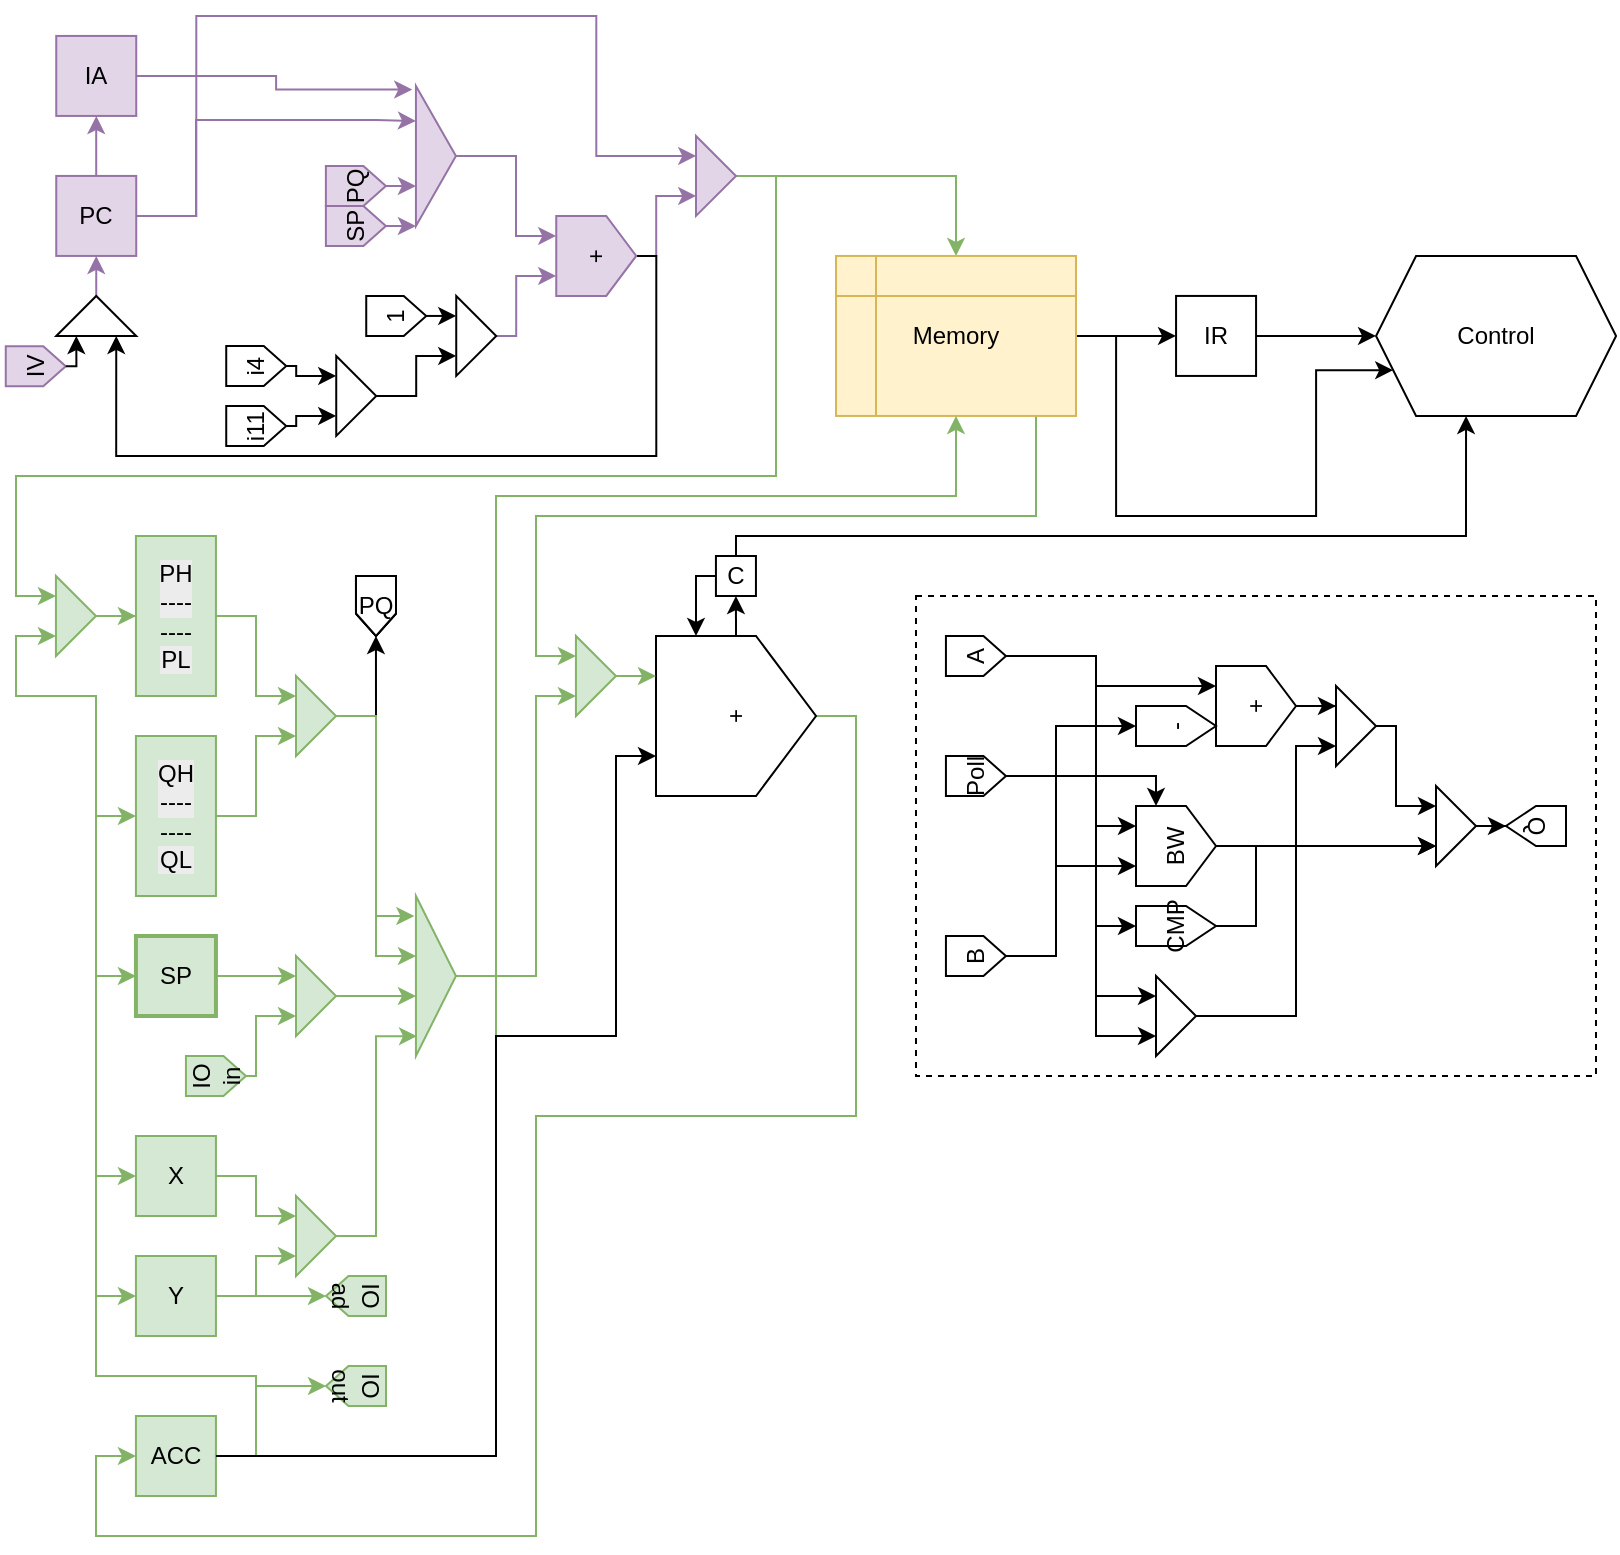
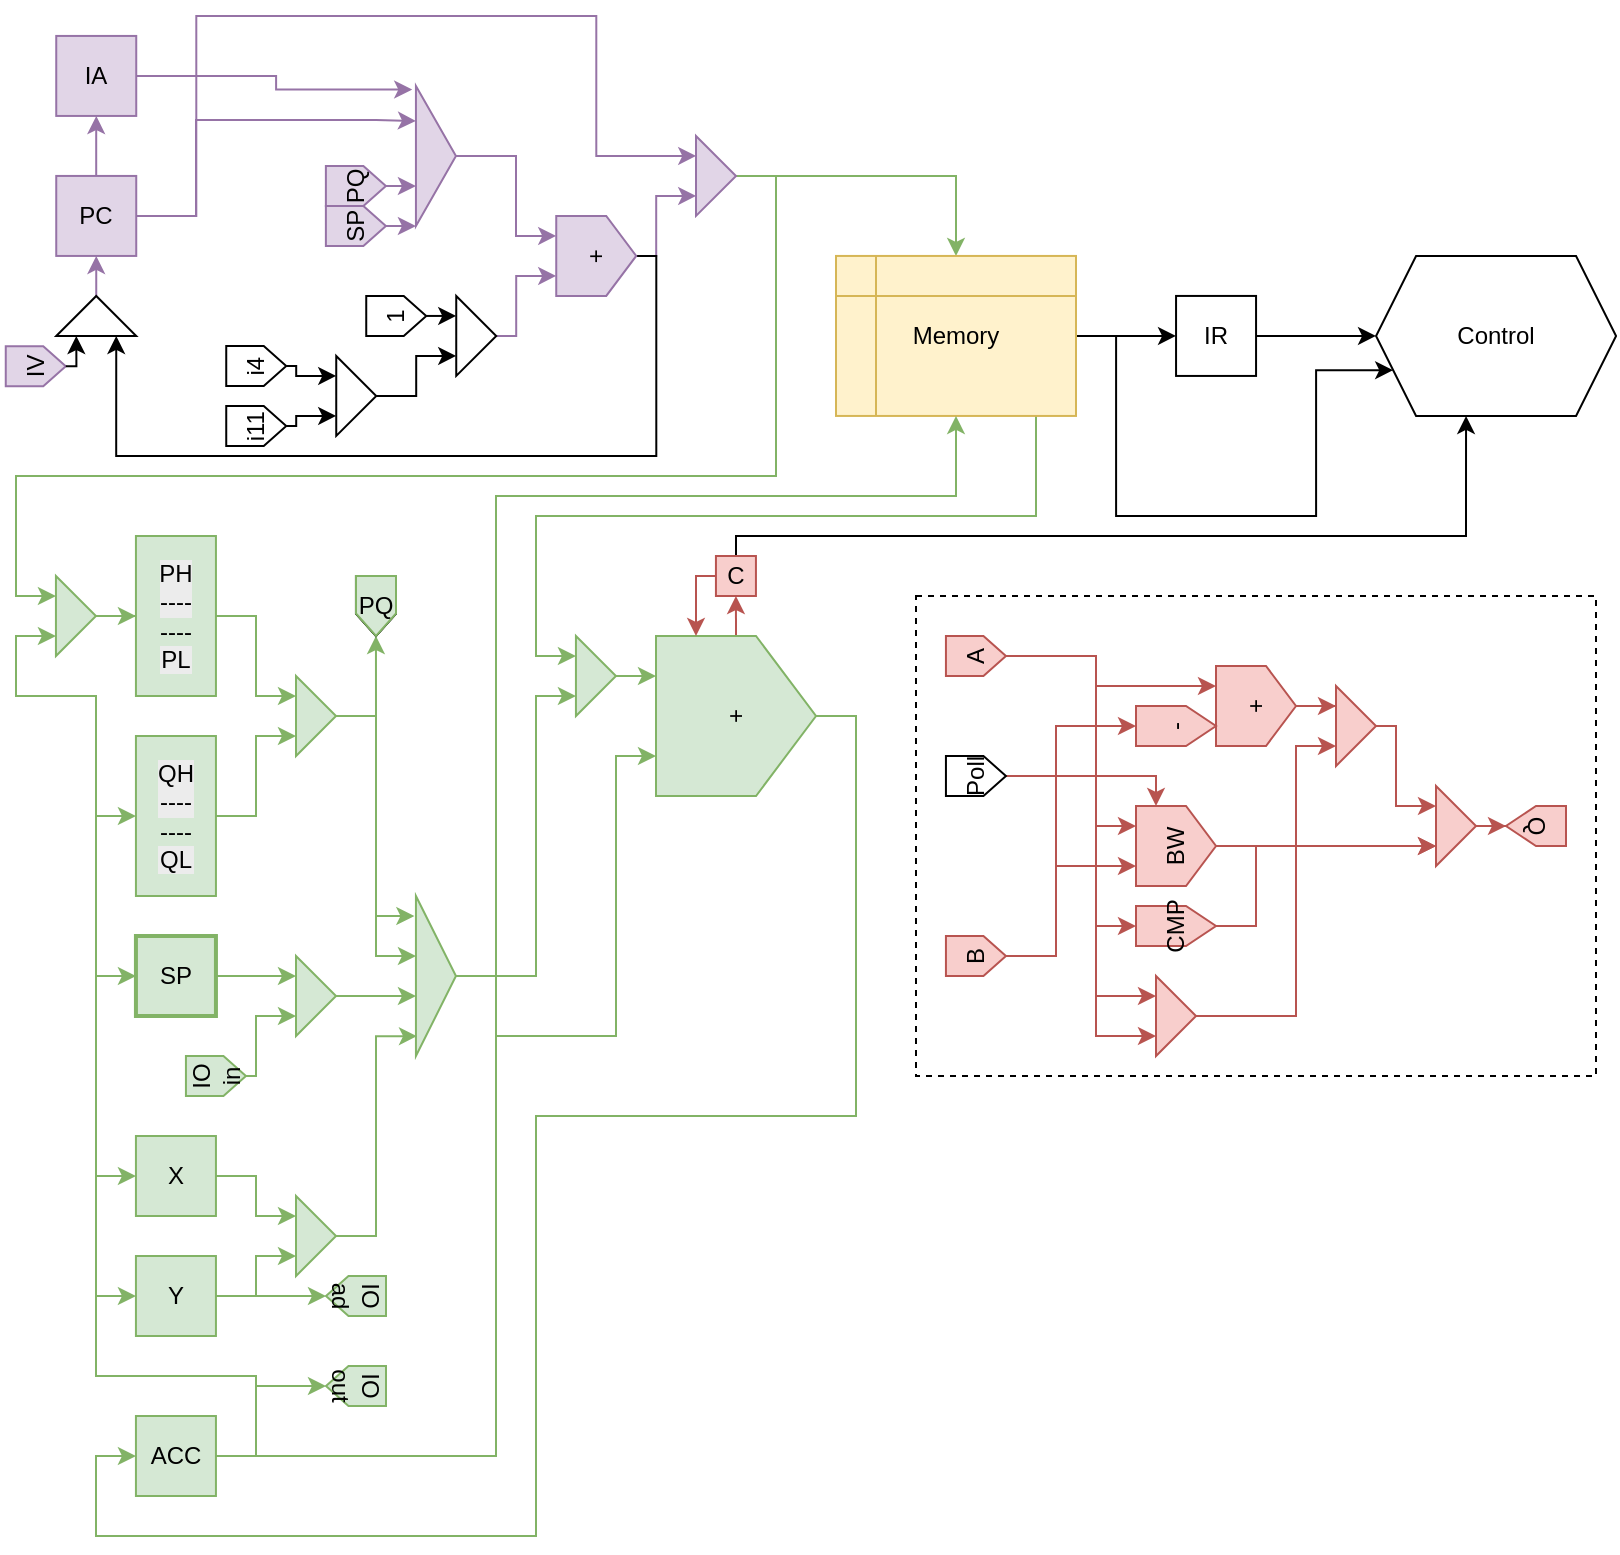
- <mxfile host="Electron" agent="Mozilla/5.0 (X11; Linux x86_64) AppleWebKit/537.36 (KHTML, like Gecko) draw.io/29.3.0 Chrome/140.0.7339.249 Electron/38.7.2 Safari/537.36" version="29.3.0">
+ <mxfile host="Electron" agent="Mozilla/5.0 (X11; Linux x86_64) AppleWebKit/537.36 (KHTML, like Gecko) draw.io/29.3.0 Chrome/140.0.7339.249 Electron/38.7.2 Safari/537.36">
  <diagram name="Page-1" id="0T1cLrqxyrK2IeihXZ0G">
-     <mxGraphModel dx="786" dy="833" grid="1" gridSize="10" guides="1" tooltips="1" connect="1" arrows="1" fold="1" page="1" pageScale="1" pageWidth="850" pageHeight="1100" math="0" shadow="0">
+     <mxGraphModel dx="1178" dy="798" grid="1" gridSize="10" guides="1" tooltips="1" connect="1" arrows="1" fold="1" page="1" pageScale="1" pageWidth="850" pageHeight="1100" math="0" shadow="0">
      <root>
        <mxCell id="0" />
        <mxCell id="1" parent="0" />
        <mxCell id="RSVoAMM-YCQZnjBwv_DF-35" parent="1" style="rounded=0;whiteSpace=wrap;html=1;dashed=1;fillColor=none;" value="" vertex="1">
          <mxGeometry height="240" width="340" x="490" y="310" as="geometry" />
        </mxCell>
        <mxCell id="1icYn6jTHXc3_Vs5W4Qy-4" edge="1" parent="1" source="1icYn6jTHXc3_Vs5W4Qy-2" style="edgeStyle=orthogonalEdgeStyle;rounded=0;orthogonalLoop=1;jettySize=auto;html=1;fillColor=#e1d5e7;strokeColor=#9673a6;">
          <mxGeometry relative="1" as="geometry">
            <mxPoint x="80.15" y="70" as="targetPoint" />
          </mxGeometry>
        </mxCell>
        <mxCell id="-Gi4aZ1G2hrnsYfgi-0J-2" edge="1" parent="1" source="1icYn6jTHXc3_Vs5W4Qy-2" style="edgeStyle=orthogonalEdgeStyle;rounded=0;orthogonalLoop=1;jettySize=auto;html=1;exitX=1;exitY=0.5;exitDx=0;exitDy=0;entryX=0;entryY=0.25;entryDx=0;entryDy=0;fillColor=#e1d5e7;strokeColor=#9673a6;" target="-Gi4aZ1G2hrnsYfgi-0J-6">
          <mxGeometry relative="1" as="geometry">
            <Array as="points">
              <mxPoint x="130" y="120" />
              <mxPoint x="130" y="72" />
              <mxPoint x="220" y="72" />
            </Array>
            <mxPoint x="200.12" y="69.97000000000003" as="targetPoint" />
          </mxGeometry>
        </mxCell>
        <mxCell id="1icYn6jTHXc3_Vs5W4Qy-2" parent="1" style="whiteSpace=wrap;html=1;aspect=fixed;fillColor=#e1d5e7;strokeColor=#9673a6;" value="PC" vertex="1">
          <mxGeometry height="40" width="40" x="60.12" y="99.97" as="geometry" />
        </mxCell>
        <mxCell id="-Gi4aZ1G2hrnsYfgi-0J-3" edge="1" parent="1" source="1icYn6jTHXc3_Vs5W4Qy-3" style="edgeStyle=orthogonalEdgeStyle;rounded=0;orthogonalLoop=1;jettySize=auto;html=1;exitX=1;exitY=0.5;exitDx=0;exitDy=0;entryX=-0.093;entryY=0.026;entryDx=0;entryDy=0;entryPerimeter=0;fillColor=#e1d5e7;strokeColor=#9673a6;" target="-Gi4aZ1G2hrnsYfgi-0J-6">
          <mxGeometry relative="1" as="geometry">
            <mxPoint x="200.12" y="49.97000000000003" as="targetPoint" />
          </mxGeometry>
        </mxCell>
        <mxCell id="1icYn6jTHXc3_Vs5W4Qy-3" parent="1" style="whiteSpace=wrap;html=1;aspect=fixed;fillColor=#e1d5e7;strokeColor=#9673a6;" value="IA" vertex="1">
          <mxGeometry height="40" width="40" x="60.12" y="29.97" as="geometry" />
        </mxCell>
        <mxCell id="1icYn6jTHXc3_Vs5W4Qy-6" edge="1" parent="1" source="RSVoAMM-YCQZnjBwv_DF-5" style="edgeStyle=orthogonalEdgeStyle;rounded=0;orthogonalLoop=1;jettySize=auto;html=1;entryX=0.5;entryY=1;entryDx=0;entryDy=0;exitX=1;exitY=0.5;exitDx=0;exitDy=0;fillColor=#e1d5e7;strokeColor=#9673a6;" target="1icYn6jTHXc3_Vs5W4Qy-2">
          <mxGeometry relative="1" as="geometry">
            <mxPoint x="80.13000500250135" y="159.97500250125063" as="sourcePoint" />
          </mxGeometry>
        </mxCell>
        <mxCell id="1icYn6jTHXc3_Vs5W4Qy-13" edge="1" parent="1" source="-Gi4aZ1G2hrnsYfgi-0J-6" style="edgeStyle=orthogonalEdgeStyle;rounded=0;orthogonalLoop=1;jettySize=auto;html=1;entryX=0.75;entryY=0;entryDx=0;entryDy=0;fillColor=#e1d5e7;strokeColor=#9673a6;exitX=1;exitY=0.5;exitDx=0;exitDy=0;" target="1icYn6jTHXc3_Vs5W4Qy-12">
          <mxGeometry relative="1" as="geometry">
            <Array as="points">
              <mxPoint x="260" y="90" />
              <mxPoint x="290" y="90" />
              <mxPoint x="290" y="130" />
            </Array>
            <mxPoint x="280.0899999999999" y="90" as="sourcePoint" />
          </mxGeometry>
        </mxCell>
        <mxCell id="1icYn6jTHXc3_Vs5W4Qy-33" edge="1" parent="1" source="1icYn6jTHXc3_Vs5W4Qy-2" style="edgeStyle=orthogonalEdgeStyle;rounded=0;orthogonalLoop=1;jettySize=auto;html=1;exitX=1;exitY=0.5;exitDx=0;exitDy=0;entryX=0;entryY=0.25;entryDx=0;entryDy=0;fillColor=#e1d5e7;strokeColor=#9673a6;">
          <mxGeometry relative="1" as="geometry">
            <Array as="points">
              <mxPoint x="130.15" y="120" />
              <mxPoint x="130.15" y="20" />
              <mxPoint x="330.15" y="20" />
              <mxPoint x="330.15" y="90" />
            </Array>
            <mxPoint x="380.12" y="89.97000000000003" as="targetPoint" />
          </mxGeometry>
        </mxCell>
        <mxCell id="1icYn6jTHXc3_Vs5W4Qy-32" edge="1" parent="1" source="1icYn6jTHXc3_Vs5W4Qy-12" style="edgeStyle=orthogonalEdgeStyle;rounded=0;orthogonalLoop=1;jettySize=auto;html=1;entryX=0;entryY=0.75;entryDx=0;entryDy=0;fillColor=#e1d5e7;strokeColor=#9673a6;">
          <mxGeometry relative="1" as="geometry">
            <Array as="points">
              <mxPoint x="360.12" y="139.97" />
              <mxPoint x="360.12" y="109.97" />
            </Array>
            <mxPoint x="380.12" y="109.97000000000003" as="targetPoint" />
          </mxGeometry>
        </mxCell>
        <mxCell id="-Gi4aZ1G2hrnsYfgi-0J-4" edge="1" parent="1" source="1icYn6jTHXc3_Vs5W4Qy-12" style="edgeStyle=orthogonalEdgeStyle;rounded=0;orthogonalLoop=1;jettySize=auto;html=1;exitX=0.5;exitY=1;exitDx=0;exitDy=0;entryX=0;entryY=0.75;entryDx=0;entryDy=0;" target="RSVoAMM-YCQZnjBwv_DF-5">
          <mxGeometry relative="1" as="geometry">
            <Array as="points">
              <mxPoint x="360.15" y="140" />
              <mxPoint x="360.15" y="240" />
              <mxPoint x="90.15" y="240" />
            </Array>
          </mxGeometry>
        </mxCell>
        <mxCell id="1icYn6jTHXc3_Vs5W4Qy-12" parent="1" style="shape=offPageConnector;whiteSpace=wrap;html=1;rotation=-90;fillColor=#e1d5e7;strokeColor=#9673a6;" value="+" vertex="1">
          <mxGeometry height="40" width="40" x="310.12" y="119.97" as="geometry" />
        </mxCell>
        <mxCell id="1icYn6jTHXc3_Vs5W4Qy-15" edge="1" parent="1" source="1icYn6jTHXc3_Vs5W4Qy-14" style="edgeStyle=orthogonalEdgeStyle;rounded=0;orthogonalLoop=1;jettySize=auto;html=1;exitX=0.5;exitY=1;exitDx=0;exitDy=0;entryX=0;entryY=0.25;entryDx=0;entryDy=0;fillColor=#e1d5e7;strokeColor=#9673a6;">
          <mxGeometry relative="1" as="geometry">
            <mxPoint x="239.97" y="105" as="targetPoint" />
          </mxGeometry>
        </mxCell>
        <mxCell id="1icYn6jTHXc3_Vs5W4Qy-14" parent="1" style="shape=offPageConnector;whiteSpace=wrap;html=1;rotation=-90;fillColor=#e1d5e7;strokeColor=#9673a6;" value="PQ" vertex="1">
          <mxGeometry height="30" width="20" x="199.94" y="89.97" as="geometry" />
        </mxCell>
        <mxCell id="1icYn6jTHXc3_Vs5W4Qy-17" edge="1" parent="1" source="1icYn6jTHXc3_Vs5W4Qy-16" style="edgeStyle=orthogonalEdgeStyle;rounded=0;orthogonalLoop=1;jettySize=auto;html=1;exitX=0.5;exitY=1;exitDx=0;exitDy=0;entryX=0;entryY=0.75;entryDx=0;entryDy=0;fillColor=#e1d5e7;strokeColor=#9673a6;">
          <mxGeometry relative="1" as="geometry">
            <mxPoint x="239.97" y="125" as="targetPoint" />
          </mxGeometry>
        </mxCell>
        <mxCell id="1icYn6jTHXc3_Vs5W4Qy-16" parent="1" style="shape=offPageConnector;whiteSpace=wrap;html=1;rotation=-90;fillColor=#e1d5e7;strokeColor=#9673a6;" value="SP" vertex="1">
          <mxGeometry height="30" width="20" x="199.94" y="109.97" as="geometry" />
        </mxCell>
        <mxCell id="1icYn6jTHXc3_Vs5W4Qy-19" edge="1" parent="1" source="1icYn6jTHXc3_Vs5W4Qy-18" style="edgeStyle=orthogonalEdgeStyle;rounded=0;orthogonalLoop=1;jettySize=auto;html=1;entryX=0.25;entryY=0;entryDx=0;entryDy=0;fillColor=#e1d5e7;strokeColor=#9673a6;" target="1icYn6jTHXc3_Vs5W4Qy-12">
          <mxGeometry relative="1" as="geometry">
            <Array as="points">
              <mxPoint x="290.12" y="179.97" />
              <mxPoint x="290.12" y="149.97" />
            </Array>
          </mxGeometry>
        </mxCell>
        <mxCell id="1icYn6jTHXc3_Vs5W4Qy-18" parent="1" style="triangle;whiteSpace=wrap;html=1;" value="" vertex="1">
          <mxGeometry height="40" width="20" x="260.12" y="159.97" as="geometry" />
        </mxCell>
        <mxCell id="1icYn6jTHXc3_Vs5W4Qy-21" edge="1" parent="1" source="1icYn6jTHXc3_Vs5W4Qy-20" style="edgeStyle=orthogonalEdgeStyle;rounded=0;orthogonalLoop=1;jettySize=auto;html=1;exitX=0.5;exitY=1;exitDx=0;exitDy=0;entryX=0;entryY=0.25;entryDx=0;entryDy=0;" target="1icYn6jTHXc3_Vs5W4Qy-18">
          <mxGeometry relative="1" as="geometry" />
        </mxCell>
        <mxCell id="1icYn6jTHXc3_Vs5W4Qy-20" parent="1" style="shape=offPageConnector;whiteSpace=wrap;html=1;rotation=-90;" value="1" vertex="1">
          <mxGeometry height="30" width="20" x="220.12" y="154.97" as="geometry" />
        </mxCell>
        <mxCell id="1icYn6jTHXc3_Vs5W4Qy-24" edge="1" parent="1" source="1icYn6jTHXc3_Vs5W4Qy-23" style="edgeStyle=orthogonalEdgeStyle;rounded=0;orthogonalLoop=1;jettySize=auto;html=1;entryX=0;entryY=0.75;entryDx=0;entryDy=0;" target="1icYn6jTHXc3_Vs5W4Qy-18">
          <mxGeometry relative="1" as="geometry" />
        </mxCell>
        <mxCell id="1icYn6jTHXc3_Vs5W4Qy-23" parent="1" style="triangle;whiteSpace=wrap;html=1;" value="" vertex="1">
          <mxGeometry height="40" width="20" x="200.12" y="189.97" as="geometry" />
        </mxCell>
        <mxCell id="1icYn6jTHXc3_Vs5W4Qy-26" edge="1" parent="1" source="1icYn6jTHXc3_Vs5W4Qy-25" style="edgeStyle=orthogonalEdgeStyle;rounded=0;orthogonalLoop=1;jettySize=auto;html=1;">
          <mxGeometry relative="1" as="geometry">
            <Array as="points">
              <mxPoint x="180.12" y="194.97" />
              <mxPoint x="180.12" y="199.97" />
            </Array>
            <mxPoint x="200.12" y="199.97" as="targetPoint" />
          </mxGeometry>
        </mxCell>
        <mxCell id="1icYn6jTHXc3_Vs5W4Qy-25" parent="1" style="shape=offPageConnector;whiteSpace=wrap;html=1;rotation=-90;" value="i4" vertex="1">
          <mxGeometry height="30" width="20" x="150.12" y="179.97" as="geometry" />
        </mxCell>
        <mxCell id="1icYn6jTHXc3_Vs5W4Qy-28" edge="1" parent="1" source="1icYn6jTHXc3_Vs5W4Qy-27" style="edgeStyle=orthogonalEdgeStyle;rounded=0;orthogonalLoop=1;jettySize=auto;html=1;entryX=0;entryY=0.75;entryDx=0;entryDy=0;" target="1icYn6jTHXc3_Vs5W4Qy-23">
          <mxGeometry relative="1" as="geometry">
            <Array as="points">
              <mxPoint x="180.12" y="224.97" />
              <mxPoint x="180.12" y="219.97" />
            </Array>
          </mxGeometry>
        </mxCell>
        <mxCell id="1icYn6jTHXc3_Vs5W4Qy-27" parent="1" style="shape=offPageConnector;whiteSpace=wrap;html=1;rotation=-90;" value="i11" vertex="1">
          <mxGeometry height="30" width="20" x="150.12" y="209.97" as="geometry" />
        </mxCell>
        <mxCell id="1icYn6jTHXc3_Vs5W4Qy-29" parent="1" style="shape=offPageConnector;whiteSpace=wrap;html=1;rotation=-90;fillColor=#e1d5e7;strokeColor=#9673a6;" value="IV" vertex="1">
          <mxGeometry height="30" width="20" x="39.88" y="180.09" as="geometry" />
        </mxCell>
        <mxCell id="1icYn6jTHXc3_Vs5W4Qy-30" edge="1" parent="1" source="1icYn6jTHXc3_Vs5W4Qy-29" style="edgeStyle=orthogonalEdgeStyle;rounded=0;orthogonalLoop=1;jettySize=auto;html=1;">
          <mxGeometry relative="1" as="geometry">
            <Array as="points">
              <mxPoint x="69.91" y="195.12" />
            </Array>
            <mxPoint x="70.15" y="180" as="targetPoint" />
          </mxGeometry>
        </mxCell>
        <mxCell id="1icYn6jTHXc3_Vs5W4Qy-37" edge="1" parent="1" source="1icYn6jTHXc3_Vs5W4Qy-31" style="edgeStyle=orthogonalEdgeStyle;rounded=0;orthogonalLoop=1;jettySize=auto;html=1;fillColor=#d5e8d4;strokeColor=#82b366;" target="1icYn6jTHXc3_Vs5W4Qy-36">
          <mxGeometry relative="1" as="geometry">
            <Array as="points">
              <mxPoint x="510" y="99.97" />
            </Array>
          </mxGeometry>
        </mxCell>
        <mxCell id="-Gi4aZ1G2hrnsYfgi-0J-5" edge="1" parent="1" source="1icYn6jTHXc3_Vs5W4Qy-31" style="edgeStyle=orthogonalEdgeStyle;rounded=0;orthogonalLoop=1;jettySize=auto;html=1;entryX=0;entryY=0.25;entryDx=0;entryDy=0;fillColor=#d5e8d4;strokeColor=#82b366;" target="1icYn6jTHXc3_Vs5W4Qy-49">
          <mxGeometry relative="1" as="geometry">
            <Array as="points">
              <mxPoint x="420" y="100" />
              <mxPoint x="420" y="250" />
              <mxPoint x="40" y="250" />
              <mxPoint x="40" y="310" />
            </Array>
          </mxGeometry>
        </mxCell>
        <mxCell id="1icYn6jTHXc3_Vs5W4Qy-31" parent="1" style="triangle;whiteSpace=wrap;html=1;fillColor=#e1d5e7;strokeColor=#9673a6;" value="" vertex="1">
          <mxGeometry height="40" width="20" x="380" y="79.97" as="geometry" />
        </mxCell>
        <mxCell id="1icYn6jTHXc3_Vs5W4Qy-39" edge="1" parent="1" source="1icYn6jTHXc3_Vs5W4Qy-36" style="edgeStyle=orthogonalEdgeStyle;rounded=0;orthogonalLoop=1;jettySize=auto;html=1;entryX=0;entryY=0.5;entryDx=0;entryDy=0;" target="1icYn6jTHXc3_Vs5W4Qy-38">
          <mxGeometry relative="1" as="geometry" />
        </mxCell>
        <mxCell id="1icYn6jTHXc3_Vs5W4Qy-41" edge="1" parent="1" source="1icYn6jTHXc3_Vs5W4Qy-36" style="edgeStyle=orthogonalEdgeStyle;rounded=0;orthogonalLoop=1;jettySize=auto;html=1;exitX=1;exitY=0.5;exitDx=0;exitDy=0;entryX=0;entryY=0.75;entryDx=0;entryDy=0;" target="1icYn6jTHXc3_Vs5W4Qy-40">
          <mxGeometry relative="1" as="geometry">
            <Array as="points">
              <mxPoint x="590.03" y="180" />
              <mxPoint x="590.03" y="270" />
              <mxPoint x="690.03" y="270" />
              <mxPoint x="690.03" y="197" />
            </Array>
          </mxGeometry>
        </mxCell>
        <mxCell id="1icYn6jTHXc3_Vs5W4Qy-92" edge="1" parent="1" source="1icYn6jTHXc3_Vs5W4Qy-36" style="edgeStyle=orthogonalEdgeStyle;rounded=0;orthogonalLoop=1;jettySize=auto;html=1;exitX=1;exitY=0.5;exitDx=0;exitDy=0;entryX=0;entryY=0.25;entryDx=0;entryDy=0;fillColor=#d5e8d4;strokeColor=#82b366;" target="1icYn6jTHXc3_Vs5W4Qy-89">
          <mxGeometry relative="1" as="geometry">
            <Array as="points">
              <mxPoint x="550" y="180" />
              <mxPoint x="550" y="270" />
              <mxPoint x="300" y="270" />
              <mxPoint x="300" y="340" />
            </Array>
          </mxGeometry>
        </mxCell>
        <mxCell id="1icYn6jTHXc3_Vs5W4Qy-36" parent="1" style="shape=internalStorage;whiteSpace=wrap;html=1;backgroundOutline=1;fillColor=#fff2cc;strokeColor=#d6b656;" value="Memory" vertex="1">
          <mxGeometry height="80" width="120" x="450" y="139.97" as="geometry" />
        </mxCell>
        <mxCell id="1icYn6jTHXc3_Vs5W4Qy-43" edge="1" parent="1" source="1icYn6jTHXc3_Vs5W4Qy-38" style="edgeStyle=orthogonalEdgeStyle;rounded=0;orthogonalLoop=1;jettySize=auto;html=1;entryX=0;entryY=0.5;entryDx=0;entryDy=0;" target="1icYn6jTHXc3_Vs5W4Qy-40">
          <mxGeometry relative="1" as="geometry" />
        </mxCell>
        <mxCell id="1icYn6jTHXc3_Vs5W4Qy-38" parent="1" style="whiteSpace=wrap;html=1;aspect=fixed;" value="IR" vertex="1">
          <mxGeometry height="40" width="40" x="620.03" y="159.97" as="geometry" />
        </mxCell>
        <mxCell id="1icYn6jTHXc3_Vs5W4Qy-40" parent="1" style="shape=hexagon;perimeter=hexagonPerimeter2;whiteSpace=wrap;html=1;fixedSize=1;" value="Control" vertex="1">
          <mxGeometry height="80" width="120" x="720.03" y="139.97" as="geometry" />
        </mxCell>
        <mxCell id="1icYn6jTHXc3_Vs5W4Qy-55" edge="1" parent="1" source="1icYn6jTHXc3_Vs5W4Qy-47" style="edgeStyle=orthogonalEdgeStyle;rounded=0;orthogonalLoop=1;jettySize=auto;html=1;exitX=1;exitY=0.5;exitDx=0;exitDy=0;entryX=0;entryY=0.25;entryDx=0;entryDy=0;fillColor=#d5e8d4;strokeColor=#82b366;" target="1icYn6jTHXc3_Vs5W4Qy-54">
          <mxGeometry relative="1" as="geometry">
            <Array as="points">
              <mxPoint x="160" y="320" />
              <mxPoint x="160" y="360" />
            </Array>
          </mxGeometry>
        </mxCell>
        <mxCell id="1icYn6jTHXc3_Vs5W4Qy-47" parent="1" style="rounded=0;whiteSpace=wrap;html=1;fillColor=#d5e8d4;strokeColor=#82b366;" value="&lt;span style=&quot;color: rgb(0, 0, 0); font-family: Helvetica; font-size: 12px; font-style: normal; font-variant-ligatures: normal; font-variant-caps: normal; font-weight: 400; letter-spacing: normal; orphans: 2; text-align: center; text-indent: 0px; text-transform: none; widows: 2; word-spacing: 0px; -webkit-text-stroke-width: 0px; white-space: normal; background-color: rgb(236, 236, 236); text-decoration-thickness: initial; text-decoration-style: initial; text-decoration-color: initial; display: inline !important; float: none;&quot;&gt;PH&lt;/span&gt;&lt;div style=&quot;forced-color-adjust: none; color: rgb(0, 0, 0); font-family: Helvetica; font-size: 12px; font-style: normal; font-variant-ligatures: normal; font-variant-caps: normal; font-weight: 400; letter-spacing: normal; orphans: 2; text-align: center; text-indent: 0px; text-transform: none; widows: 2; word-spacing: 0px; -webkit-text-stroke-width: 0px; white-space: normal; background-color: rgb(236, 236, 236); text-decoration-thickness: initial; text-decoration-style: initial; text-decoration-color: initial;&quot;&gt;----&lt;/div&gt;----&lt;div style=&quot;forced-color-adjust: none; color: rgb(0, 0, 0); font-family: Helvetica; font-size: 12px; font-style: normal; font-variant-ligatures: normal; font-variant-caps: normal; font-weight: 400; letter-spacing: normal; orphans: 2; text-align: center; text-indent: 0px; text-transform: none; widows: 2; word-spacing: 0px; -webkit-text-stroke-width: 0px; white-space: normal; background-color: rgb(236, 236, 236); text-decoration-thickness: initial; text-decoration-style: initial; text-decoration-color: initial;&quot;&gt;PL&lt;/div&gt;" vertex="1">
          <mxGeometry height="80" width="40" x="99.97" y="280" as="geometry" />
        </mxCell>
        <mxCell id="1icYn6jTHXc3_Vs5W4Qy-50" edge="1" parent="1" source="1icYn6jTHXc3_Vs5W4Qy-49" style="edgeStyle=orthogonalEdgeStyle;rounded=0;orthogonalLoop=1;jettySize=auto;html=1;entryX=0;entryY=0.5;entryDx=0;entryDy=0;fillColor=#d5e8d4;strokeColor=#82b366;" target="1icYn6jTHXc3_Vs5W4Qy-47">
          <mxGeometry relative="1" as="geometry" />
        </mxCell>
        <mxCell id="1icYn6jTHXc3_Vs5W4Qy-49" parent="1" style="triangle;whiteSpace=wrap;html=1;fillColor=#d5e8d4;strokeColor=#82b366;" value="" vertex="1">
          <mxGeometry height="40" width="20" x="59.97" y="300" as="geometry" />
        </mxCell>
        <mxCell id="1icYn6jTHXc3_Vs5W4Qy-56" edge="1" parent="1" source="1icYn6jTHXc3_Vs5W4Qy-53" style="edgeStyle=orthogonalEdgeStyle;rounded=0;orthogonalLoop=1;jettySize=auto;html=1;entryX=0;entryY=0.75;entryDx=0;entryDy=0;fillColor=#d5e8d4;strokeColor=#82b366;" target="1icYn6jTHXc3_Vs5W4Qy-54">
          <mxGeometry relative="1" as="geometry" />
        </mxCell>
        <mxCell id="1icYn6jTHXc3_Vs5W4Qy-53" parent="1" style="rounded=0;whiteSpace=wrap;html=1;fillColor=#d5e8d4;strokeColor=#82b366;" value="&lt;span style=&quot;color: rgb(0, 0, 0); font-family: Helvetica; font-size: 12px; font-style: normal; font-variant-ligatures: normal; font-variant-caps: normal; font-weight: 400; letter-spacing: normal; orphans: 2; text-align: center; text-indent: 0px; text-transform: none; widows: 2; word-spacing: 0px; -webkit-text-stroke-width: 0px; white-space: normal; background-color: rgb(236, 236, 236); text-decoration-thickness: initial; text-decoration-style: initial; text-decoration-color: initial; display: inline !important; float: none;&quot;&gt;QH&lt;/span&gt;&lt;div style=&quot;forced-color-adjust: none; color: rgb(0, 0, 0); font-family: Helvetica; font-size: 12px; font-style: normal; font-variant-ligatures: normal; font-variant-caps: normal; font-weight: 400; letter-spacing: normal; orphans: 2; text-align: center; text-indent: 0px; text-transform: none; widows: 2; word-spacing: 0px; -webkit-text-stroke-width: 0px; white-space: normal; background-color: rgb(236, 236, 236); text-decoration-thickness: initial; text-decoration-style: initial; text-decoration-color: initial;&quot;&gt;----&lt;/div&gt;----&lt;div style=&quot;forced-color-adjust: none; color: rgb(0, 0, 0); font-family: Helvetica; font-size: 12px; font-style: normal; font-variant-ligatures: normal; font-variant-caps: normal; font-weight: 400; letter-spacing: normal; orphans: 2; text-align: center; text-indent: 0px; text-transform: none; widows: 2; word-spacing: 0px; -webkit-text-stroke-width: 0px; white-space: normal; background-color: rgb(236, 236, 236); text-decoration-thickness: initial; text-decoration-style: initial; text-decoration-color: initial;&quot;&gt;QL&lt;/div&gt;" vertex="1">
          <mxGeometry height="80" width="40" x="99.97" y="380" as="geometry" />
        </mxCell>
-         <mxCell id="1icYn6jTHXc3_Vs5W4Qy-57" edge="1" parent="1" source="1icYn6jTHXc3_Vs5W4Qy-54" style="edgeStyle=orthogonalEdgeStyle;rounded=0;orthogonalLoop=1;jettySize=auto;html=1;entryX=0.5;entryY=1;entryDx=0;entryDy=0;" target="1icYn6jTHXc3_Vs5W4Qy-59">
+         <mxCell id="1icYn6jTHXc3_Vs5W4Qy-57" edge="1" parent="1" source="1icYn6jTHXc3_Vs5W4Qy-54" style="edgeStyle=orthogonalEdgeStyle;rounded=0;orthogonalLoop=1;jettySize=auto;html=1;entryX=0.5;entryY=1;entryDx=0;entryDy=0;fillColor=#d5e8d4;strokeColor=#82b366;" target="1icYn6jTHXc3_Vs5W4Qy-59">
          <mxGeometry relative="1" as="geometry">
            <mxPoint x="220" y="330" as="targetPoint" />
          </mxGeometry>
        </mxCell>
        <mxCell id="1icYn6jTHXc3_Vs5W4Qy-54" parent="1" style="triangle;whiteSpace=wrap;html=1;fillColor=#d5e8d4;strokeColor=#82b366;" value="" vertex="1">
          <mxGeometry height="40" width="20" x="180" y="350" as="geometry" />
        </mxCell>
        <mxCell id="1icYn6jTHXc3_Vs5W4Qy-59" parent="1" style="shape=offPageConnector;whiteSpace=wrap;html=1;rotation=0;" value="PQ" vertex="1">
          <mxGeometry height="30" width="20" x="209.97000000000003" y="300" as="geometry" />
        </mxCell>
        <mxCell id="1icYn6jTHXc3_Vs5W4Qy-91" edge="1" parent="1" source="1icYn6jTHXc3_Vs5W4Qy-60" style="edgeStyle=orthogonalEdgeStyle;rounded=0;orthogonalLoop=1;jettySize=auto;html=1;entryX=0;entryY=0.75;entryDx=0;entryDy=0;fillColor=#d5e8d4;strokeColor=#82b366;" target="1icYn6jTHXc3_Vs5W4Qy-89">
          <mxGeometry relative="1" as="geometry">
            <Array as="points">
              <mxPoint x="300" y="500" />
              <mxPoint x="300" y="360" />
            </Array>
          </mxGeometry>
        </mxCell>
        <mxCell id="1icYn6jTHXc3_Vs5W4Qy-60" parent="1" style="triangle;whiteSpace=wrap;html=1;rotation=0;fillColor=#d5e8d4;strokeColor=#82b366;" value="" vertex="1">
          <mxGeometry height="80" width="20" x="239.97000000000003" y="460" as="geometry" />
        </mxCell>
        <mxCell id="1icYn6jTHXc3_Vs5W4Qy-63" edge="1" parent="1" source="1icYn6jTHXc3_Vs5W4Qy-61" style="edgeStyle=orthogonalEdgeStyle;rounded=0;orthogonalLoop=1;jettySize=auto;html=1;entryX=0;entryY=0.25;entryDx=0;entryDy=0;fillColor=#d5e8d4;strokeColor=#82b366;" target="1icYn6jTHXc3_Vs5W4Qy-62">
          <mxGeometry relative="1" as="geometry" />
        </mxCell>
        <mxCell id="1icYn6jTHXc3_Vs5W4Qy-61" parent="1" style="whiteSpace=wrap;html=1;aspect=fixed;strokeWidth=2;fillColor=#d5e8d4;strokeColor=#82b366;" value="SP" vertex="1">
          <mxGeometry height="40" width="40" x="99.97" y="480" as="geometry" />
        </mxCell>
        <mxCell id="1icYn6jTHXc3_Vs5W4Qy-62" parent="1" style="triangle;whiteSpace=wrap;html=1;fillColor=#d5e8d4;strokeColor=#82b366;" value="" vertex="1">
          <mxGeometry height="40" width="20" x="180" y="490" as="geometry" />
        </mxCell>
        <mxCell id="1icYn6jTHXc3_Vs5W4Qy-64" parent="1" style="shape=offPageConnector;whiteSpace=wrap;html=1;rotation=0;" value="PQ" vertex="1">
          <mxGeometry height="30" width="20" x="210" y="300" as="geometry" />
        </mxCell>
        <mxCell id="1icYn6jTHXc3_Vs5W4Qy-66" edge="1" parent="1" source="1icYn6jTHXc3_Vs5W4Qy-65" style="edgeStyle=orthogonalEdgeStyle;rounded=0;orthogonalLoop=1;jettySize=auto;html=1;entryX=0;entryY=0.75;entryDx=0;entryDy=0;fillColor=#d5e8d4;strokeColor=#82b366;" target="1icYn6jTHXc3_Vs5W4Qy-62">
          <mxGeometry relative="1" as="geometry">
            <Array as="points">
              <mxPoint x="160" y="550" />
              <mxPoint x="160" y="520" />
            </Array>
          </mxGeometry>
        </mxCell>
        <mxCell id="1icYn6jTHXc3_Vs5W4Qy-65" parent="1" style="shape=offPageConnector;whiteSpace=wrap;html=1;rotation=-90;fillColor=#d5e8d4;strokeColor=#82b366;" value="IO&lt;div&gt;in&lt;/div&gt;" vertex="1">
          <mxGeometry height="30" width="20" x="129.97000000000003" y="535" as="geometry" />
        </mxCell>
        <mxCell id="1icYn6jTHXc3_Vs5W4Qy-71" edge="1" parent="1" source="1icYn6jTHXc3_Vs5W4Qy-67" style="edgeStyle=orthogonalEdgeStyle;rounded=0;orthogonalLoop=1;jettySize=auto;html=1;exitX=1;exitY=0.5;exitDx=0;exitDy=0;entryX=0;entryY=0.25;entryDx=0;entryDy=0;fillColor=#d5e8d4;strokeColor=#82b366;" target="1icYn6jTHXc3_Vs5W4Qy-69">
          <mxGeometry relative="1" as="geometry" />
        </mxCell>
        <mxCell id="1icYn6jTHXc3_Vs5W4Qy-67" parent="1" style="whiteSpace=wrap;html=1;aspect=fixed;fillColor=#d5e8d4;strokeColor=#82b366;" value="X" vertex="1">
          <mxGeometry height="40" width="40" x="99.97" y="580" as="geometry" />
        </mxCell>
        <mxCell id="1icYn6jTHXc3_Vs5W4Qy-70" edge="1" parent="1" source="1icYn6jTHXc3_Vs5W4Qy-68" style="edgeStyle=orthogonalEdgeStyle;rounded=0;orthogonalLoop=1;jettySize=auto;html=1;entryX=0;entryY=0.75;entryDx=0;entryDy=0;fillColor=#d5e8d4;strokeColor=#82b366;" target="1icYn6jTHXc3_Vs5W4Qy-69">
          <mxGeometry relative="1" as="geometry" />
        </mxCell>
        <mxCell id="1icYn6jTHXc3_Vs5W4Qy-79" edge="1" parent="1" source="1icYn6jTHXc3_Vs5W4Qy-68" style="edgeStyle=orthogonalEdgeStyle;rounded=0;orthogonalLoop=1;jettySize=auto;html=1;exitX=1;exitY=0.5;exitDx=0;exitDy=0;entryX=0.5;entryY=1;entryDx=0;entryDy=0;fillColor=#d5e8d4;strokeColor=#82b366;" target="1icYn6jTHXc3_Vs5W4Qy-78">
          <mxGeometry relative="1" as="geometry" />
        </mxCell>
        <mxCell id="1icYn6jTHXc3_Vs5W4Qy-68" parent="1" style="whiteSpace=wrap;html=1;aspect=fixed;fillColor=#d5e8d4;strokeColor=#82b366;" value="Y" vertex="1">
          <mxGeometry height="40" width="40" x="99.97" y="640" as="geometry" />
        </mxCell>
        <mxCell id="1icYn6jTHXc3_Vs5W4Qy-69" parent="1" style="triangle;whiteSpace=wrap;html=1;fillColor=#d5e8d4;strokeColor=#82b366;" value="" vertex="1">
          <mxGeometry height="40" width="20" x="180" y="610" as="geometry" />
        </mxCell>
        <mxCell id="1icYn6jTHXc3_Vs5W4Qy-72" edge="1" parent="1" source="1icYn6jTHXc3_Vs5W4Qy-62" style="edgeStyle=orthogonalEdgeStyle;rounded=0;orthogonalLoop=1;jettySize=auto;html=1;entryX=0.001;entryY=0.625;entryDx=0;entryDy=0;entryPerimeter=0;fillColor=#d5e8d4;strokeColor=#82b366;" target="1icYn6jTHXc3_Vs5W4Qy-60">
          <mxGeometry relative="1" as="geometry" />
        </mxCell>
        <mxCell id="1icYn6jTHXc3_Vs5W4Qy-73" edge="1" parent="1" source="1icYn6jTHXc3_Vs5W4Qy-69" style="edgeStyle=orthogonalEdgeStyle;rounded=0;orthogonalLoop=1;jettySize=auto;html=1;entryX=0.026;entryY=0.876;entryDx=0;entryDy=0;entryPerimeter=0;fillColor=#d5e8d4;strokeColor=#82b366;" target="1icYn6jTHXc3_Vs5W4Qy-60">
          <mxGeometry relative="1" as="geometry">
            <Array as="points">
              <mxPoint x="220" y="630" />
              <mxPoint x="220" y="530" />
            </Array>
          </mxGeometry>
        </mxCell>
        <mxCell id="1icYn6jTHXc3_Vs5W4Qy-74" edge="1" parent="1" source="1icYn6jTHXc3_Vs5W4Qy-54" style="edgeStyle=orthogonalEdgeStyle;rounded=0;orthogonalLoop=1;jettySize=auto;html=1;exitX=1;exitY=0.5;exitDx=0;exitDy=0;entryX=-0.039;entryY=0.125;entryDx=0;entryDy=0;entryPerimeter=0;fillColor=#d5e8d4;strokeColor=#82b366;" target="1icYn6jTHXc3_Vs5W4Qy-60">
          <mxGeometry relative="1" as="geometry" />
        </mxCell>
        <mxCell id="1icYn6jTHXc3_Vs5W4Qy-75" edge="1" parent="1" source="1icYn6jTHXc3_Vs5W4Qy-54" style="edgeStyle=orthogonalEdgeStyle;rounded=0;orthogonalLoop=1;jettySize=auto;html=1;entryX=0.001;entryY=0.375;entryDx=0;entryDy=0;entryPerimeter=0;fillColor=#d5e8d4;strokeColor=#82b366;" target="1icYn6jTHXc3_Vs5W4Qy-60">
          <mxGeometry relative="1" as="geometry" />
        </mxCell>
-         <mxCell id="1icYn6jTHXc3_Vs5W4Qy-101" edge="1" parent="1" source="1icYn6jTHXc3_Vs5W4Qy-76" style="edgeStyle=orthogonalEdgeStyle;rounded=0;orthogonalLoop=1;jettySize=auto;html=1;exitX=1;exitY=0.5;exitDx=0;exitDy=0;entryX=0.5;entryY=1;entryDx=0;entryDy=0;" target="1icYn6jTHXc3_Vs5W4Qy-98">
+         <mxCell id="1icYn6jTHXc3_Vs5W4Qy-101" edge="1" parent="1" source="1icYn6jTHXc3_Vs5W4Qy-76" style="edgeStyle=orthogonalEdgeStyle;rounded=0;orthogonalLoop=1;jettySize=auto;html=1;exitX=1;exitY=0.5;exitDx=0;exitDy=0;entryX=0.5;entryY=1;entryDx=0;entryDy=0;fillColor=#f8cecc;strokeColor=#b85450;" target="1icYn6jTHXc3_Vs5W4Qy-98">
          <mxGeometry relative="1" as="geometry">
            <Array as="points" />
          </mxGeometry>
        </mxCell>
        <mxCell id="1icYn6jTHXc3_Vs5W4Qy-102" edge="1" parent="1" source="1icYn6jTHXc3_Vs5W4Qy-76" style="edgeStyle=orthogonalEdgeStyle;rounded=0;orthogonalLoop=1;jettySize=auto;html=1;entryX=0;entryY=0.5;entryDx=0;entryDy=0;fillColor=#d5e8d4;strokeColor=#82b366;" target="1icYn6jTHXc3_Vs5W4Qy-77">
          <mxGeometry relative="1" as="geometry">
            <Array as="points">
              <mxPoint x="460" y="370" />
              <mxPoint x="460" y="570" />
              <mxPoint x="300" y="570" />
              <mxPoint x="300" y="780" />
              <mxPoint x="80" y="780" />
              <mxPoint x="80" y="740" />
            </Array>
          </mxGeometry>
        </mxCell>
-         <mxCell id="1icYn6jTHXc3_Vs5W4Qy-76" parent="1" style="shape=offPageConnector;whiteSpace=wrap;html=1;rotation=-90;" value="+" vertex="1">
+         <mxCell id="1icYn6jTHXc3_Vs5W4Qy-76" parent="1" style="shape=offPageConnector;whiteSpace=wrap;html=1;rotation=-90;fillColor=#d5e8d4;strokeColor=#82b366;" value="+" vertex="1">
          <mxGeometry height="80" width="80" x="360" y="330" as="geometry" />
        </mxCell>
        <mxCell id="1icYn6jTHXc3_Vs5W4Qy-80" edge="1" parent="1" source="1icYn6jTHXc3_Vs5W4Qy-77" style="edgeStyle=orthogonalEdgeStyle;rounded=0;orthogonalLoop=1;jettySize=auto;html=1;entryX=0;entryY=0.5;entryDx=0;entryDy=0;fillColor=#d5e8d4;strokeColor=#82b366;" target="1icYn6jTHXc3_Vs5W4Qy-68">
          <mxGeometry relative="1" as="geometry">
            <Array as="points">
              <mxPoint x="160" y="740" />
              <mxPoint x="160" y="700" />
              <mxPoint x="80" y="700" />
              <mxPoint x="80" y="660" />
            </Array>
          </mxGeometry>
        </mxCell>
        <mxCell id="1icYn6jTHXc3_Vs5W4Qy-81" edge="1" parent="1" source="1icYn6jTHXc3_Vs5W4Qy-77" style="edgeStyle=orthogonalEdgeStyle;rounded=0;orthogonalLoop=1;jettySize=auto;html=1;exitX=1;exitY=0.5;exitDx=0;exitDy=0;entryX=0;entryY=0.5;entryDx=0;entryDy=0;fillColor=#d5e8d4;strokeColor=#82b366;" target="1icYn6jTHXc3_Vs5W4Qy-67">
          <mxGeometry relative="1" as="geometry">
            <Array as="points">
              <mxPoint x="160" y="740" />
              <mxPoint x="160" y="700" />
              <mxPoint x="80" y="700" />
              <mxPoint x="80" y="600" />
            </Array>
          </mxGeometry>
        </mxCell>
        <mxCell id="1icYn6jTHXc3_Vs5W4Qy-82" edge="1" parent="1" source="1icYn6jTHXc3_Vs5W4Qy-77" style="edgeStyle=orthogonalEdgeStyle;rounded=0;orthogonalLoop=1;jettySize=auto;html=1;exitX=1;exitY=0.5;exitDx=0;exitDy=0;entryX=0;entryY=0.5;entryDx=0;entryDy=0;fillColor=#d5e8d4;strokeColor=#82b366;" target="1icYn6jTHXc3_Vs5W4Qy-61">
          <mxGeometry relative="1" as="geometry">
            <Array as="points">
              <mxPoint x="160" y="740" />
              <mxPoint x="160" y="700" />
              <mxPoint x="80" y="700" />
              <mxPoint x="80" y="500" />
            </Array>
          </mxGeometry>
        </mxCell>
        <mxCell id="1icYn6jTHXc3_Vs5W4Qy-83" edge="1" parent="1" source="1icYn6jTHXc3_Vs5W4Qy-77" style="edgeStyle=orthogonalEdgeStyle;rounded=0;orthogonalLoop=1;jettySize=auto;html=1;exitX=1;exitY=0.5;exitDx=0;exitDy=0;entryX=0;entryY=0.5;entryDx=0;entryDy=0;fillColor=#d5e8d4;strokeColor=#82b366;" target="1icYn6jTHXc3_Vs5W4Qy-53">
          <mxGeometry relative="1" as="geometry">
            <Array as="points">
              <mxPoint x="160" y="740" />
              <mxPoint x="160" y="700" />
              <mxPoint x="80" y="700" />
              <mxPoint x="80" y="420" />
            </Array>
          </mxGeometry>
        </mxCell>
        <mxCell id="1icYn6jTHXc3_Vs5W4Qy-84" edge="1" parent="1" source="1icYn6jTHXc3_Vs5W4Qy-77" style="edgeStyle=orthogonalEdgeStyle;rounded=0;orthogonalLoop=1;jettySize=auto;html=1;exitX=1;exitY=0.5;exitDx=0;exitDy=0;entryX=0;entryY=0.75;entryDx=0;entryDy=0;fillColor=#d5e8d4;strokeColor=#82b366;" target="1icYn6jTHXc3_Vs5W4Qy-49">
          <mxGeometry relative="1" as="geometry">
            <Array as="points">
              <mxPoint x="160" y="740" />
              <mxPoint x="160" y="700" />
              <mxPoint x="80" y="700" />
              <mxPoint x="80" y="360" />
              <mxPoint x="40" y="360" />
              <mxPoint x="40" y="330" />
            </Array>
          </mxGeometry>
        </mxCell>
        <mxCell id="1icYn6jTHXc3_Vs5W4Qy-86" edge="1" parent="1" source="1icYn6jTHXc3_Vs5W4Qy-77" style="edgeStyle=orthogonalEdgeStyle;rounded=0;orthogonalLoop=1;jettySize=auto;html=1;exitX=1;exitY=0.5;exitDx=0;exitDy=0;entryX=0.5;entryY=1;entryDx=0;entryDy=0;fillColor=#d5e8d4;strokeColor=#82b366;" target="1icYn6jTHXc3_Vs5W4Qy-85">
          <mxGeometry relative="1" as="geometry">
            <Array as="points">
              <mxPoint x="160" y="740" />
              <mxPoint x="160" y="705" />
            </Array>
          </mxGeometry>
        </mxCell>
        <mxCell id="1icYn6jTHXc3_Vs5W4Qy-88" edge="1" parent="1" source="1icYn6jTHXc3_Vs5W4Qy-77" style="edgeStyle=orthogonalEdgeStyle;rounded=0;orthogonalLoop=1;jettySize=auto;html=1;entryX=0.5;entryY=1;entryDx=0;entryDy=0;fillColor=#d5e8d4;strokeColor=#82b366;" target="1icYn6jTHXc3_Vs5W4Qy-36">
          <mxGeometry relative="1" as="geometry">
            <Array as="points">
              <mxPoint x="280" y="740" />
              <mxPoint x="280" y="260" />
              <mxPoint x="510" y="260" />
            </Array>
            <mxPoint x="280" y="270" as="targetPoint" />
          </mxGeometry>
        </mxCell>
        <mxCell id="1icYn6jTHXc3_Vs5W4Qy-77" parent="1" style="whiteSpace=wrap;html=1;aspect=fixed;fillColor=#d5e8d4;strokeColor=#82b366;" value="ACC" vertex="1">
          <mxGeometry height="40" width="40" x="99.97" y="720" as="geometry" />
        </mxCell>
        <mxCell id="1icYn6jTHXc3_Vs5W4Qy-78" parent="1" style="shape=offPageConnector;whiteSpace=wrap;html=1;rotation=90;fillColor=#d5e8d4;strokeColor=#82b366;" value="IO&lt;div&gt;ad&lt;/div&gt;" vertex="1">
          <mxGeometry height="30" width="20" x="200" y="645" as="geometry" />
        </mxCell>
        <mxCell id="1icYn6jTHXc3_Vs5W4Qy-85" parent="1" style="shape=offPageConnector;whiteSpace=wrap;html=1;rotation=90;fillColor=#d5e8d4;strokeColor=#82b366;" value="IO&lt;div&gt;out&lt;/div&gt;" vertex="1">
          <mxGeometry height="30" width="20" x="200" y="690" as="geometry" />
        </mxCell>
        <mxCell id="1icYn6jTHXc3_Vs5W4Qy-96" edge="1" parent="1" source="1icYn6jTHXc3_Vs5W4Qy-89" style="edgeStyle=orthogonalEdgeStyle;rounded=0;orthogonalLoop=1;jettySize=auto;html=1;exitX=1;exitY=0.5;exitDx=0;exitDy=0;entryX=0.75;entryY=0;entryDx=0;entryDy=0;fillColor=#d5e8d4;strokeColor=#82b366;" target="1icYn6jTHXc3_Vs5W4Qy-76">
          <mxGeometry relative="1" as="geometry" />
        </mxCell>
        <mxCell id="1icYn6jTHXc3_Vs5W4Qy-89" parent="1" style="triangle;whiteSpace=wrap;html=1;fillColor=#d5e8d4;strokeColor=#82b366;" value="" vertex="1">
          <mxGeometry height="40" width="20" x="319.97" y="330" as="geometry" />
        </mxCell>
-         <mxCell id="1icYn6jTHXc3_Vs5W4Qy-97" edge="1" parent="1" source="1icYn6jTHXc3_Vs5W4Qy-77" style="edgeStyle=orthogonalEdgeStyle;rounded=0;orthogonalLoop=1;jettySize=auto;html=1;exitX=1;exitY=0.5;exitDx=0;exitDy=0;entryX=0.25;entryY=0;entryDx=0;entryDy=0;" target="1icYn6jTHXc3_Vs5W4Qy-76">
+         <mxCell id="1icYn6jTHXc3_Vs5W4Qy-97" edge="1" parent="1" source="1icYn6jTHXc3_Vs5W4Qy-77" style="edgeStyle=orthogonalEdgeStyle;rounded=0;orthogonalLoop=1;jettySize=auto;html=1;exitX=1;exitY=0.5;exitDx=0;exitDy=0;entryX=0.25;entryY=0;entryDx=0;entryDy=0;fillColor=#d5e8d4;strokeColor=#82b366;" target="1icYn6jTHXc3_Vs5W4Qy-76">
          <mxGeometry relative="1" as="geometry">
            <Array as="points">
              <mxPoint x="280" y="740" />
              <mxPoint x="280" y="530" />
              <mxPoint x="340" y="530" />
              <mxPoint x="340" y="390" />
            </Array>
          </mxGeometry>
        </mxCell>
-         <mxCell id="1icYn6jTHXc3_Vs5W4Qy-99" edge="1" parent="1" source="1icYn6jTHXc3_Vs5W4Qy-98" style="edgeStyle=orthogonalEdgeStyle;rounded=0;orthogonalLoop=1;jettySize=auto;html=1;exitX=0;exitY=0.5;exitDx=0;exitDy=0;entryX=1;entryY=0.25;entryDx=0;entryDy=0;" target="1icYn6jTHXc3_Vs5W4Qy-76">
+         <mxCell id="1icYn6jTHXc3_Vs5W4Qy-99" edge="1" parent="1" source="1icYn6jTHXc3_Vs5W4Qy-98" style="edgeStyle=orthogonalEdgeStyle;rounded=0;orthogonalLoop=1;jettySize=auto;html=1;exitX=0;exitY=0.5;exitDx=0;exitDy=0;entryX=1;entryY=0.25;entryDx=0;entryDy=0;fillColor=#f8cecc;strokeColor=#b85450;" target="1icYn6jTHXc3_Vs5W4Qy-76">
          <mxGeometry relative="1" as="geometry" />
        </mxCell>
        <mxCell id="1icYn6jTHXc3_Vs5W4Qy-103" edge="1" parent="1" source="1icYn6jTHXc3_Vs5W4Qy-98" style="edgeStyle=orthogonalEdgeStyle;rounded=0;orthogonalLoop=1;jettySize=auto;html=1;entryX=0.375;entryY=1;entryDx=0;entryDy=0;" target="1icYn6jTHXc3_Vs5W4Qy-40">
          <mxGeometry relative="1" as="geometry">
            <Array as="points">
              <mxPoint x="400" y="280" />
              <mxPoint x="765" y="280" />
            </Array>
            <mxPoint x="510" y="230" as="targetPoint" />
          </mxGeometry>
        </mxCell>
-         <mxCell id="1icYn6jTHXc3_Vs5W4Qy-98" parent="1" style="whiteSpace=wrap;html=1;aspect=fixed;" value="C" vertex="1">
+         <mxCell id="1icYn6jTHXc3_Vs5W4Qy-98" parent="1" style="whiteSpace=wrap;html=1;aspect=fixed;fillColor=#f8cecc;strokeColor=#b85450;" value="C" vertex="1">
          <mxGeometry height="20" width="20" x="389.97" y="290" as="geometry" />
        </mxCell>
-         <mxCell id="1icYn6jTHXc3_Vs5W4Qy-108" parent="1" style="shape=offPageConnector;whiteSpace=wrap;html=1;rotation=0;" value="PQ" vertex="1">
+         <mxCell id="1icYn6jTHXc3_Vs5W4Qy-108" parent="1" style="shape=offPageConnector;whiteSpace=wrap;html=1;rotation=0;fillColor=#d5e8d4;strokeColor=#82b366;" value="PQ" vertex="1">
          <mxGeometry height="30" width="20" x="210" y="300" as="geometry" />
        </mxCell>
        <mxCell id="RSVoAMM-YCQZnjBwv_DF-5" parent="1" style="triangle;whiteSpace=wrap;html=1;rotation=-90;" value="" vertex="1">
          <mxGeometry height="40" width="20" x="70.12" y="149.97" as="geometry" />
        </mxCell>
-         <mxCell id="RSVoAMM-YCQZnjBwv_DF-22" edge="1" parent="1" source="RSVoAMM-YCQZnjBwv_DF-9" style="edgeStyle=orthogonalEdgeStyle;rounded=0;orthogonalLoop=1;jettySize=auto;html=1;entryX=0;entryY=0.25;entryDx=0;entryDy=0;" target="RSVoAMM-YCQZnjBwv_DF-21">
-           <mxGeometry relative="1" as="geometry" />
-         </mxCell>
-         <mxCell id="RSVoAMM-YCQZnjBwv_DF-9" parent="1" style="shape=offPageConnector;whiteSpace=wrap;html=1;rotation=-90;" value="+" vertex="1">
+         <mxCell id="RSVoAMM-YCQZnjBwv_DF-22" edge="1" parent="1" source="RSVoAMM-YCQZnjBwv_DF-9" style="edgeStyle=orthogonalEdgeStyle;rounded=0;orthogonalLoop=1;jettySize=auto;html=1;entryX=0;entryY=0.25;entryDx=0;entryDy=0;fillColor=#f8cecc;strokeColor=#b85450;" target="RSVoAMM-YCQZnjBwv_DF-21">
+           <mxGeometry relative="1" as="geometry" />
+         </mxCell>
+         <mxCell id="RSVoAMM-YCQZnjBwv_DF-9" parent="1" style="shape=offPageConnector;whiteSpace=wrap;html=1;rotation=-90;fillColor=#f8cecc;strokeColor=#b85450;" value="+" vertex="1">
          <mxGeometry height="40" width="40" x="640" y="345" as="geometry" />
        </mxCell>
-         <mxCell id="RSVoAMM-YCQZnjBwv_DF-28" edge="1" parent="1" source="RSVoAMM-YCQZnjBwv_DF-10" style="edgeStyle=orthogonalEdgeStyle;rounded=0;orthogonalLoop=1;jettySize=auto;html=1;entryX=0;entryY=0.75;entryDx=0;entryDy=0;" target="RSVoAMM-YCQZnjBwv_DF-27">
-           <mxGeometry relative="1" as="geometry" />
-         </mxCell>
-         <mxCell id="RSVoAMM-YCQZnjBwv_DF-10" parent="1" style="shape=offPageConnector;whiteSpace=wrap;html=1;rotation=-90;" value="BW" vertex="1">
+         <mxCell id="RSVoAMM-YCQZnjBwv_DF-28" edge="1" parent="1" source="RSVoAMM-YCQZnjBwv_DF-10" style="edgeStyle=orthogonalEdgeStyle;rounded=0;orthogonalLoop=1;jettySize=auto;html=1;entryX=0;entryY=0.75;entryDx=0;entryDy=0;fillColor=#f8cecc;strokeColor=#b85450;" target="RSVoAMM-YCQZnjBwv_DF-27">
+           <mxGeometry relative="1" as="geometry" />
+         </mxCell>
+         <mxCell id="RSVoAMM-YCQZnjBwv_DF-10" parent="1" style="shape=offPageConnector;whiteSpace=wrap;html=1;rotation=-90;fillColor=#f8cecc;strokeColor=#b85450;" value="BW" vertex="1">
          <mxGeometry height="40" width="40" x="600" y="415" as="geometry" />
        </mxCell>
-         <mxCell id="RSVoAMM-YCQZnjBwv_DF-12" edge="1" parent="1" source="RSVoAMM-YCQZnjBwv_DF-11" style="edgeStyle=orthogonalEdgeStyle;rounded=0;orthogonalLoop=1;jettySize=auto;html=1;entryX=0.75;entryY=0;entryDx=0;entryDy=0;" target="RSVoAMM-YCQZnjBwv_DF-9">
+         <mxCell id="RSVoAMM-YCQZnjBwv_DF-12" edge="1" parent="1" source="RSVoAMM-YCQZnjBwv_DF-11" style="edgeStyle=orthogonalEdgeStyle;rounded=0;orthogonalLoop=1;jettySize=auto;html=1;entryX=0.75;entryY=0;entryDx=0;entryDy=0;fillColor=#f8cecc;strokeColor=#b85450;" target="RSVoAMM-YCQZnjBwv_DF-9">
          <mxGeometry relative="1" as="geometry">
            <Array as="points">
              <mxPoint x="580" y="340" />
              <mxPoint x="580" y="355" />
            </Array>
          </mxGeometry>
        </mxCell>
-         <mxCell id="RSVoAMM-YCQZnjBwv_DF-13" edge="1" parent="1" source="RSVoAMM-YCQZnjBwv_DF-11" style="edgeStyle=orthogonalEdgeStyle;rounded=0;orthogonalLoop=1;jettySize=auto;html=1;exitX=0.5;exitY=1;exitDx=0;exitDy=0;entryX=0.75;entryY=0;entryDx=0;entryDy=0;" target="RSVoAMM-YCQZnjBwv_DF-10">
+         <mxCell id="RSVoAMM-YCQZnjBwv_DF-13" edge="1" parent="1" source="RSVoAMM-YCQZnjBwv_DF-11" style="edgeStyle=orthogonalEdgeStyle;rounded=0;orthogonalLoop=1;jettySize=auto;html=1;exitX=0.5;exitY=1;exitDx=0;exitDy=0;entryX=0.75;entryY=0;entryDx=0;entryDy=0;fillColor=#f8cecc;strokeColor=#b85450;" target="RSVoAMM-YCQZnjBwv_DF-10">
          <mxGeometry relative="1" as="geometry">
            <Array as="points">
              <mxPoint x="580" y="340" />
              <mxPoint x="580" y="425" />
            </Array>
          </mxGeometry>
        </mxCell>
-         <mxCell id="RSVoAMM-YCQZnjBwv_DF-24" edge="1" parent="1" source="RSVoAMM-YCQZnjBwv_DF-11" style="edgeStyle=orthogonalEdgeStyle;rounded=0;orthogonalLoop=1;jettySize=auto;html=1;entryX=0;entryY=0.25;entryDx=0;entryDy=0;" target="RSVoAMM-YCQZnjBwv_DF-23">
+         <mxCell id="RSVoAMM-YCQZnjBwv_DF-24" edge="1" parent="1" source="RSVoAMM-YCQZnjBwv_DF-11" style="edgeStyle=orthogonalEdgeStyle;rounded=0;orthogonalLoop=1;jettySize=auto;html=1;entryX=0;entryY=0.25;entryDx=0;entryDy=0;fillColor=#f8cecc;strokeColor=#b85450;" target="RSVoAMM-YCQZnjBwv_DF-23">
          <mxGeometry relative="1" as="geometry">
            <Array as="points">
              <mxPoint x="580" y="340" />
              <mxPoint x="580" y="510" />
            </Array>
          </mxGeometry>
        </mxCell>
-         <mxCell id="RSVoAMM-YCQZnjBwv_DF-25" edge="1" parent="1" source="RSVoAMM-YCQZnjBwv_DF-11" style="edgeStyle=orthogonalEdgeStyle;rounded=0;orthogonalLoop=1;jettySize=auto;html=1;entryX=0;entryY=0.75;entryDx=0;entryDy=0;" target="RSVoAMM-YCQZnjBwv_DF-23">
+         <mxCell id="RSVoAMM-YCQZnjBwv_DF-25" edge="1" parent="1" source="RSVoAMM-YCQZnjBwv_DF-11" style="edgeStyle=orthogonalEdgeStyle;rounded=0;orthogonalLoop=1;jettySize=auto;html=1;entryX=0;entryY=0.75;entryDx=0;entryDy=0;fillColor=#f8cecc;strokeColor=#b85450;" target="RSVoAMM-YCQZnjBwv_DF-23">
          <mxGeometry relative="1" as="geometry">
            <Array as="points">
              <mxPoint x="580" y="340" />
              <mxPoint x="580" y="530" />
            </Array>
          </mxGeometry>
        </mxCell>
-         <mxCell id="RSVoAMM-YCQZnjBwv_DF-30" edge="1" parent="1" source="RSVoAMM-YCQZnjBwv_DF-11" style="edgeStyle=orthogonalEdgeStyle;rounded=0;orthogonalLoop=1;jettySize=auto;html=1;entryX=0.5;entryY=0;entryDx=0;entryDy=0;" target="RSVoAMM-YCQZnjBwv_DF-20">
+         <mxCell id="RSVoAMM-YCQZnjBwv_DF-30" edge="1" parent="1" source="RSVoAMM-YCQZnjBwv_DF-11" style="edgeStyle=orthogonalEdgeStyle;rounded=0;orthogonalLoop=1;jettySize=auto;html=1;entryX=0.5;entryY=0;entryDx=0;entryDy=0;fillColor=#f8cecc;strokeColor=#b85450;" target="RSVoAMM-YCQZnjBwv_DF-20">
          <mxGeometry relative="1" as="geometry">
            <Array as="points">
              <mxPoint x="580" y="340" />
              <mxPoint x="580" y="475" />
            </Array>
          </mxGeometry>
        </mxCell>
-         <mxCell id="RSVoAMM-YCQZnjBwv_DF-11" parent="1" style="shape=offPageConnector;whiteSpace=wrap;html=1;rotation=-90;" value="A" vertex="1">
+         <mxCell id="RSVoAMM-YCQZnjBwv_DF-11" parent="1" style="shape=offPageConnector;whiteSpace=wrap;html=1;rotation=-90;fillColor=#f8cecc;strokeColor=#b85450;" value="A" vertex="1">
          <mxGeometry height="30" width="20" x="509.97" y="325" as="geometry" />
        </mxCell>
-         <mxCell id="RSVoAMM-YCQZnjBwv_DF-14" parent="1" style="shape=offPageConnector;whiteSpace=wrap;html=1;rotation=-90;" value="-" vertex="1">
+         <mxCell id="RSVoAMM-YCQZnjBwv_DF-14" parent="1" style="shape=offPageConnector;whiteSpace=wrap;html=1;rotation=-90;fillColor=#f8cecc;strokeColor=#b85450;" value="-" vertex="1">
          <mxGeometry height="40" width="20" x="610" y="355" as="geometry" />
        </mxCell>
-         <mxCell id="RSVoAMM-YCQZnjBwv_DF-16" edge="1" parent="1" source="RSVoAMM-YCQZnjBwv_DF-15" style="edgeStyle=orthogonalEdgeStyle;rounded=0;orthogonalLoop=1;jettySize=auto;html=1;entryX=0.25;entryY=0;entryDx=0;entryDy=0;" target="RSVoAMM-YCQZnjBwv_DF-10">
+         <mxCell id="RSVoAMM-YCQZnjBwv_DF-16" edge="1" parent="1" source="RSVoAMM-YCQZnjBwv_DF-15" style="edgeStyle=orthogonalEdgeStyle;rounded=0;orthogonalLoop=1;jettySize=auto;html=1;entryX=0.25;entryY=0;entryDx=0;entryDy=0;fillColor=#f8cecc;strokeColor=#b85450;" target="RSVoAMM-YCQZnjBwv_DF-10">
          <mxGeometry relative="1" as="geometry">
            <Array as="points">
              <mxPoint x="560" y="490" />
              <mxPoint x="560" y="445" />
            </Array>
          </mxGeometry>
        </mxCell>
-         <mxCell id="RSVoAMM-YCQZnjBwv_DF-17" edge="1" parent="1" source="RSVoAMM-YCQZnjBwv_DF-15" style="edgeStyle=orthogonalEdgeStyle;rounded=0;orthogonalLoop=1;jettySize=auto;html=1;entryX=0.5;entryY=0;entryDx=0;entryDy=0;" target="RSVoAMM-YCQZnjBwv_DF-14">
+         <mxCell id="RSVoAMM-YCQZnjBwv_DF-17" edge="1" parent="1" source="RSVoAMM-YCQZnjBwv_DF-15" style="edgeStyle=orthogonalEdgeStyle;rounded=0;orthogonalLoop=1;jettySize=auto;html=1;entryX=0.5;entryY=0;entryDx=0;entryDy=0;fillColor=#f8cecc;strokeColor=#b85450;" target="RSVoAMM-YCQZnjBwv_DF-14">
          <mxGeometry relative="1" as="geometry">
            <Array as="points">
              <mxPoint x="560" y="490" />
              <mxPoint x="560" y="375" />
            </Array>
          </mxGeometry>
        </mxCell>
-         <mxCell id="RSVoAMM-YCQZnjBwv_DF-15" parent="1" style="shape=offPageConnector;whiteSpace=wrap;html=1;rotation=-90;" value="B" vertex="1">
+         <mxCell id="RSVoAMM-YCQZnjBwv_DF-15" parent="1" style="shape=offPageConnector;whiteSpace=wrap;html=1;rotation=-90;fillColor=#f8cecc;strokeColor=#b85450;" value="B" vertex="1">
          <mxGeometry height="30" width="20" x="509.97" y="475" as="geometry" />
        </mxCell>
-         <mxCell id="RSVoAMM-YCQZnjBwv_DF-19" edge="1" parent="1" source="RSVoAMM-YCQZnjBwv_DF-18" style="edgeStyle=orthogonalEdgeStyle;rounded=0;orthogonalLoop=1;jettySize=auto;html=1;entryX=1;entryY=0.25;entryDx=0;entryDy=0;" target="RSVoAMM-YCQZnjBwv_DF-10">
+         <mxCell id="RSVoAMM-YCQZnjBwv_DF-19" edge="1" parent="1" source="RSVoAMM-YCQZnjBwv_DF-18" style="edgeStyle=orthogonalEdgeStyle;rounded=0;orthogonalLoop=1;jettySize=auto;html=1;entryX=1;entryY=0.25;entryDx=0;entryDy=0;fillColor=#f8cecc;strokeColor=#b85450;" target="RSVoAMM-YCQZnjBwv_DF-10">
          <mxGeometry relative="1" as="geometry">
            <Array as="points">
              <mxPoint x="610" y="400" />
            </Array>
          </mxGeometry>
        </mxCell>
        <mxCell id="RSVoAMM-YCQZnjBwv_DF-18" parent="1" style="shape=offPageConnector;whiteSpace=wrap;html=1;rotation=-90;" value="Poll" vertex="1">
          <mxGeometry height="30" width="20" x="509.97" y="385" as="geometry" />
        </mxCell>
-         <mxCell id="RSVoAMM-YCQZnjBwv_DF-29" edge="1" parent="1" source="RSVoAMM-YCQZnjBwv_DF-20" style="edgeStyle=orthogonalEdgeStyle;rounded=0;orthogonalLoop=1;jettySize=auto;html=1;entryX=0;entryY=0.75;entryDx=0;entryDy=0;" target="RSVoAMM-YCQZnjBwv_DF-27">
+         <mxCell id="RSVoAMM-YCQZnjBwv_DF-29" edge="1" parent="1" source="RSVoAMM-YCQZnjBwv_DF-20" style="edgeStyle=orthogonalEdgeStyle;rounded=0;orthogonalLoop=1;jettySize=auto;html=1;entryX=0;entryY=0.75;entryDx=0;entryDy=0;fillColor=#f8cecc;strokeColor=#b85450;" target="RSVoAMM-YCQZnjBwv_DF-27">
          <mxGeometry relative="1" as="geometry">
            <Array as="points">
              <mxPoint x="660" y="475" />
              <mxPoint x="660" y="435" />
            </Array>
            <mxPoint x="740" y="435" as="targetPoint" />
          </mxGeometry>
        </mxCell>
-         <mxCell id="RSVoAMM-YCQZnjBwv_DF-20" parent="1" style="shape=offPageConnector;whiteSpace=wrap;html=1;rotation=-90;" value="CMP" vertex="1">
+         <mxCell id="RSVoAMM-YCQZnjBwv_DF-20" parent="1" style="shape=offPageConnector;whiteSpace=wrap;html=1;rotation=-90;fillColor=#f8cecc;strokeColor=#b85450;" value="CMP" vertex="1">
          <mxGeometry height="40" width="20" x="610" y="455" as="geometry" />
        </mxCell>
-         <mxCell id="RSVoAMM-YCQZnjBwv_DF-31" edge="1" parent="1" source="RSVoAMM-YCQZnjBwv_DF-21" style="edgeStyle=orthogonalEdgeStyle;rounded=0;orthogonalLoop=1;jettySize=auto;html=1;entryX=0;entryY=0.25;entryDx=0;entryDy=0;" target="RSVoAMM-YCQZnjBwv_DF-27">
+         <mxCell id="RSVoAMM-YCQZnjBwv_DF-31" edge="1" parent="1" source="RSVoAMM-YCQZnjBwv_DF-21" style="edgeStyle=orthogonalEdgeStyle;rounded=0;orthogonalLoop=1;jettySize=auto;html=1;entryX=0;entryY=0.25;entryDx=0;entryDy=0;fillColor=#f8cecc;strokeColor=#b85450;" target="RSVoAMM-YCQZnjBwv_DF-27">
          <mxGeometry relative="1" as="geometry">
            <Array as="points">
              <mxPoint x="730" y="375" />
              <mxPoint x="730" y="415" />
            </Array>
          </mxGeometry>
        </mxCell>
-         <mxCell id="RSVoAMM-YCQZnjBwv_DF-21" parent="1" style="triangle;whiteSpace=wrap;html=1;" value="" vertex="1">
+         <mxCell id="RSVoAMM-YCQZnjBwv_DF-21" parent="1" style="triangle;whiteSpace=wrap;html=1;fillColor=#f8cecc;strokeColor=#b85450;" value="" vertex="1">
          <mxGeometry height="40" width="20" x="700" y="355" as="geometry" />
        </mxCell>
-         <mxCell id="RSVoAMM-YCQZnjBwv_DF-26" edge="1" parent="1" source="RSVoAMM-YCQZnjBwv_DF-23" style="edgeStyle=orthogonalEdgeStyle;rounded=0;orthogonalLoop=1;jettySize=auto;html=1;entryX=0;entryY=0.75;entryDx=0;entryDy=0;" target="RSVoAMM-YCQZnjBwv_DF-21">
+         <mxCell id="RSVoAMM-YCQZnjBwv_DF-26" edge="1" parent="1" source="RSVoAMM-YCQZnjBwv_DF-23" style="edgeStyle=orthogonalEdgeStyle;rounded=0;orthogonalLoop=1;jettySize=auto;html=1;entryX=0;entryY=0.75;entryDx=0;entryDy=0;fillColor=#f8cecc;strokeColor=#b85450;" target="RSVoAMM-YCQZnjBwv_DF-21">
          <mxGeometry relative="1" as="geometry">
            <Array as="points">
              <mxPoint x="680" y="520" />
              <mxPoint x="680" y="385" />
            </Array>
          </mxGeometry>
        </mxCell>
-         <mxCell id="RSVoAMM-YCQZnjBwv_DF-23" parent="1" style="triangle;whiteSpace=wrap;html=1;" value="" vertex="1">
+         <mxCell id="RSVoAMM-YCQZnjBwv_DF-23" parent="1" style="triangle;whiteSpace=wrap;html=1;fillColor=#f8cecc;strokeColor=#b85450;" value="" vertex="1">
          <mxGeometry height="40" width="20" x="610" y="500" as="geometry" />
        </mxCell>
-         <mxCell id="RSVoAMM-YCQZnjBwv_DF-33" edge="1" parent="1" source="RSVoAMM-YCQZnjBwv_DF-27" style="edgeStyle=orthogonalEdgeStyle;rounded=0;orthogonalLoop=1;jettySize=auto;html=1;entryX=0.5;entryY=1;entryDx=0;entryDy=0;" target="RSVoAMM-YCQZnjBwv_DF-32">
-           <mxGeometry relative="1" as="geometry" />
-         </mxCell>
-         <mxCell id="RSVoAMM-YCQZnjBwv_DF-27" parent="1" style="triangle;whiteSpace=wrap;html=1;" value="" vertex="1">
+         <mxCell id="RSVoAMM-YCQZnjBwv_DF-33" edge="1" parent="1" source="RSVoAMM-YCQZnjBwv_DF-27" style="edgeStyle=orthogonalEdgeStyle;rounded=0;orthogonalLoop=1;jettySize=auto;html=1;entryX=0.5;entryY=1;entryDx=0;entryDy=0;fillColor=#f8cecc;strokeColor=#b85450;" target="RSVoAMM-YCQZnjBwv_DF-32">
+           <mxGeometry relative="1" as="geometry" />
+         </mxCell>
+         <mxCell id="RSVoAMM-YCQZnjBwv_DF-27" parent="1" style="triangle;whiteSpace=wrap;html=1;fillColor=#f8cecc;strokeColor=#b85450;" value="" vertex="1">
          <mxGeometry height="40" width="20" x="750" y="405" as="geometry" />
        </mxCell>
-         <mxCell id="RSVoAMM-YCQZnjBwv_DF-32" parent="1" style="shape=offPageConnector;whiteSpace=wrap;html=1;rotation=90;size=0.5;" value="Q" vertex="1">
+         <mxCell id="RSVoAMM-YCQZnjBwv_DF-32" parent="1" style="shape=offPageConnector;whiteSpace=wrap;html=1;rotation=90;size=0.5;fillColor=#f8cecc;strokeColor=#b85450;" value="Q" vertex="1">
          <mxGeometry height="30" width="20" x="790" y="410" as="geometry" />
        </mxCell>
        <mxCell id="-Gi4aZ1G2hrnsYfgi-0J-6" parent="1" style="triangle;whiteSpace=wrap;html=1;rotation=0;fillColor=#e1d5e7;strokeColor=#9673a6;" value="" vertex="1">
          <mxGeometry height="70" width="20" x="239.97" y="54.97" as="geometry" />
        </mxCell>
      </root>
    </mxGraphModel>
  </diagram>
</mxfile>
